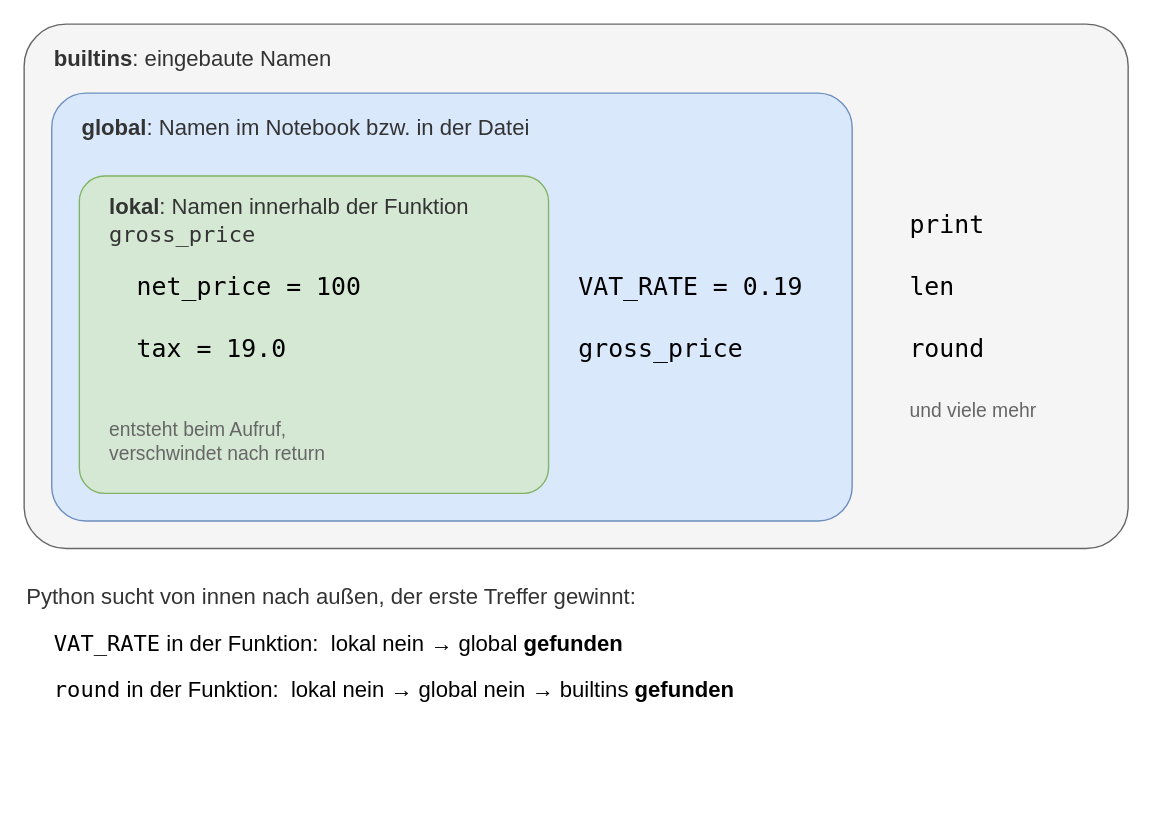
This is assets/07_scopes.drawio from Aydinbas-IT-Consulting-Training/gfu-python-einsteiger, a draw.io file, before an edit. Source tidied: cells renumbered, new cells numbered last; positions are measured from the earlier drawing's top-left corner, leaving out a move shared by most shapes. Both pictures are drawn from the tidied source at 138%, with x=0, y=0 at pixel (23, 23).
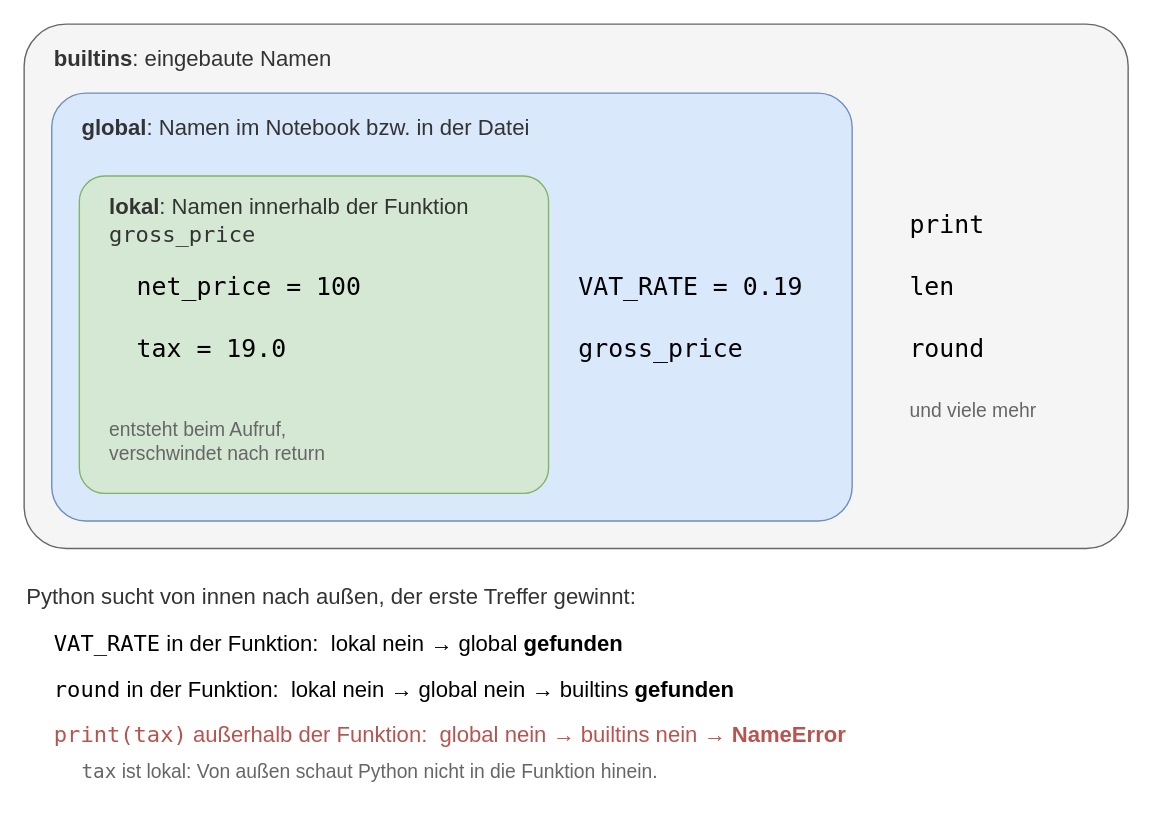
The same diagram, later.

Commit message (it also covers changes not shown here):
07: print(tax)-Zeile mit Hinweis in der Scope-Grafik wiederhergestellt

The edit, as a diff of the source:
```diff
@@
+    <mxCell id="20" value="&lt;font face=&quot;Menlo&quot;&gt;print(tax)&lt;/font&gt; außerhalb der Funktion:&amp;nbsp; global nein → builtins nein → &lt;b&gt;NameError&lt;/b&gt;" style="text;html=1;align=left;verticalAlign=middle;fontSize=16;fontFamily=Helvetica;fontColor=#b85450;" parent="1" vertex="1">
+      <mxGeometry x="20" y="501" width="780" height="28" as="geometry" />
+    </mxCell>
+    <mxCell id="21" value="&lt;font face=&quot;Menlo&quot;&gt;tax&lt;/font&gt; ist lokal: Von außen schaut Python nicht in die Funktion hinein." style="text;html=1;align=left;verticalAlign=middle;fontSize=14;fontFamily=Helvetica;fontColor=#666666;" parent="1" vertex="1">
+      <mxGeometry x="40" y="530" width="760" height="24" as="geometry" />
+    </mxCell>
```
